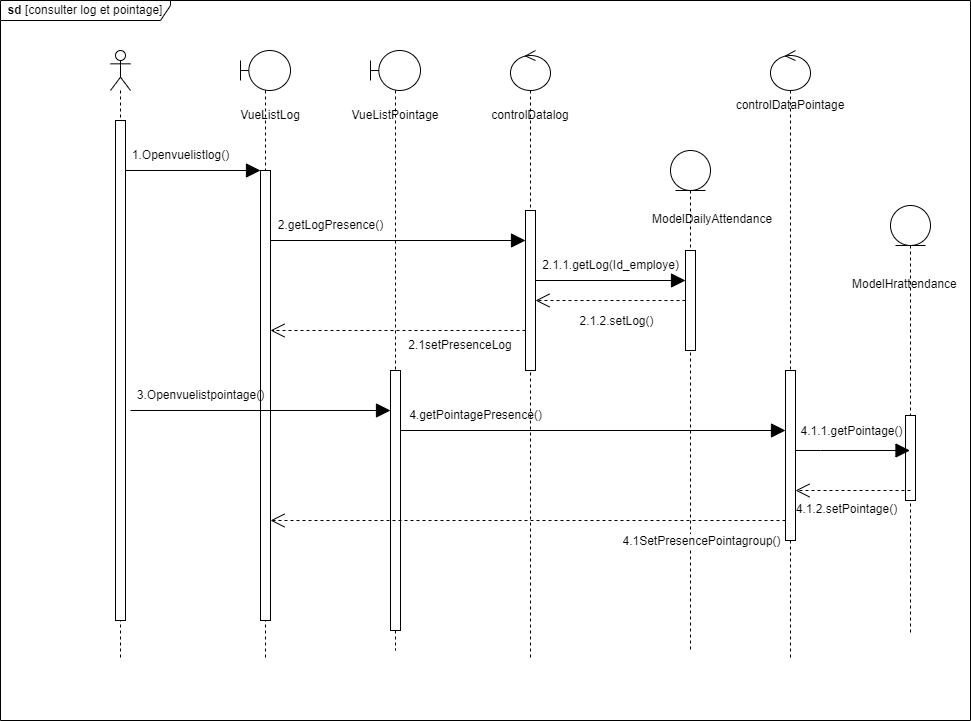
Above: static/Diagramme des séquences conceptuel  log et pointage .drawio.png in Siluearsene/borne_biometrique (draw.io), before the change. Source tidied: cells renumbered, new cells last; positions are measured from the earlier drawing's top-left corner, leaving out a move shared by most shapes.
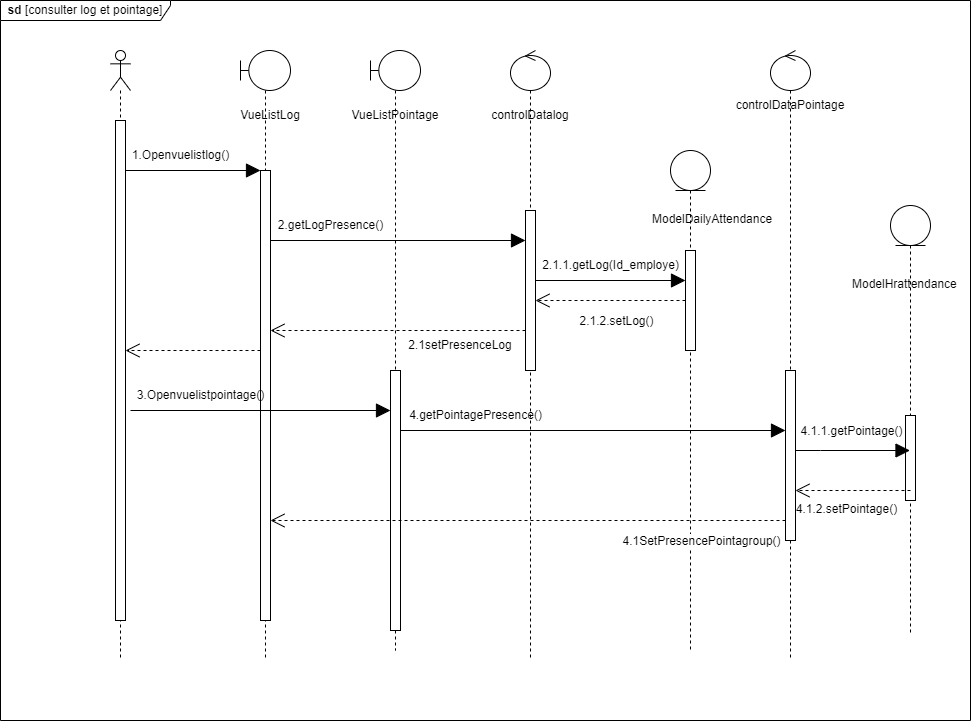
After the commit.

Commit message:
Mettre à jour Diagramme des séquences conceptuel  log et pointage .drawio.png

The edit, as a diff of the source:
```diff
@@ -154,5 +154,10 @@
         <mxPoint x="183" y="15" as="offset" />
       </mxGeometry>
     </mxCell>
+    <mxCell id="43" style="endArrow=open;dashed=1;endFill=0;endSize=12;html=1;rounded=0;" parent="1" edge="1" target="6">
+      <mxGeometry relative="1" as="geometry">
+        <mxPoint x="260" y="350" as="sourcePoint" />
+      </mxGeometry>
+    </mxCell>
   </root>
 </mxGraphModel>
```
